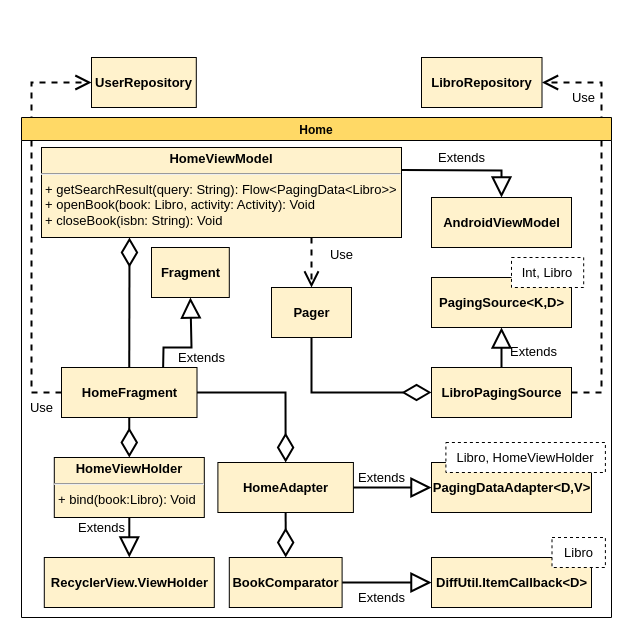
Earlier version of the draw.io diagram page "24-androidviewuml" (16 of 19) of tesi.drawio (paganellif/tesi-paganelli). Source tidied: cells renumbered, new cells numbered last; positions are measured from the earlier drawing's top-left corner, leaving out a move shared by most shapes. Both pictures are drawn from the tidied source at 100%, with x=0, y=0 at pixel (21, 57).
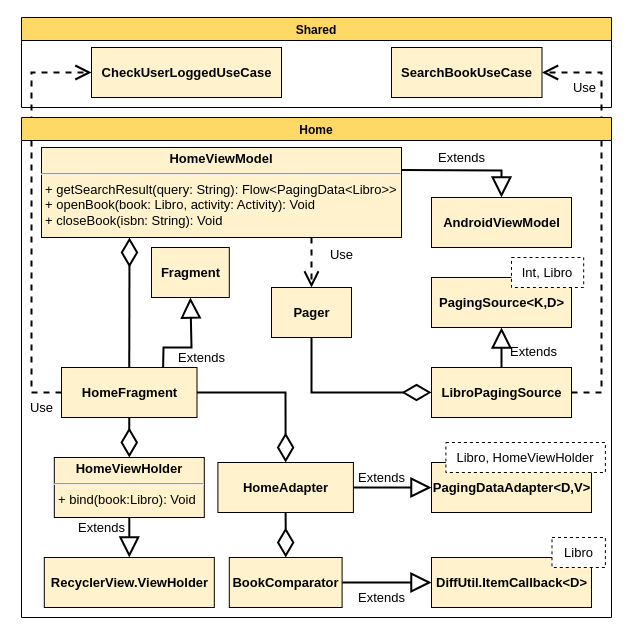
After the change.

Unchanged cells that the change refers to:
```xml
<mxCell id="21" value="&lt;b&gt;HomeFragment&lt;/b&gt;" style="html=1;rounded=0;fontSize=13;fontColor=default;strokeColor=default;fillColor=#FFF2CC;" parent="10" vertex="1">
  <mxGeometry x="40" y="250" width="135.5" height="50" as="geometry" />
</mxCell>
<mxCell id="28" value="&lt;b&gt;LibroPagingSource&lt;/b&gt;" style="html=1;rounded=0;fontSize=13;fontColor=default;strokeColor=default;fillColor=#FFF2CC;" parent="10" vertex="1">
  <mxGeometry x="410" y="250" width="140" height="50" as="geometry" />
</mxCell>
```

The edit, as a diff of the source:
```diff
@@
-    <mxCell id="2" value="&lt;b&gt;LibroRepository&lt;/b&gt;" style="html=1;rounded=0;fontSize=13;strokeColor=#000000;fillColor=#FFF2CC;" parent="1" vertex="1">
-      <mxGeometry x="400" width="120.5" height="50" as="geometry" />
+    <mxCell id="2" value="&lt;b&gt;SearchBookUseCase&lt;/b&gt;" style="html=1;rounded=0;fontSize=13;strokeColor=#000000;fillColor=#FFF2CC;" parent="1" vertex="1">
+      <mxGeometry x="370" y="-10" width="150.5" height="50" as="geometry" />
     </mxCell>
@@
     <mxCell id="7" value="Use" style="endArrow=open;endSize=12;dashed=1;html=1;rounded=0;labelBackgroundColor=none;fontSize=13;fontColor=default;strokeWidth=2;exitX=1;exitY=0.5;exitDx=0;exitDy=0;entryX=1;entryY=0.5;entryDx=0;entryDy=0;" parent="1" edge="1" source="28" target="2">
       <mxGeometry x="0.79" y="15" relative="1" as="geometry">
         <Array as="points">
           <mxPoint x="580" y="335" />
-          <mxPoint x="580" y="25" />
+          <mxPoint x="580" y="15" />
         </Array>
       </mxGeometry>
     </mxCell>
-    <mxCell id="8" value="&lt;b&gt;UserRepository&lt;/b&gt;" style="html=1;rounded=0;fontSize=13;strokeColor=#000000;fillColor=#FFF2CC;" parent="1" vertex="1">
-      <mxGeometry x="70" width="104.8" height="50" as="geometry" />
+    <mxCell id="8" value="&lt;b&gt;CheckUserLoggedUseCase&lt;/b&gt;" style="html=1;rounded=0;fontSize=13;strokeColor=#000000;fillColor=#FFF2CC;" parent="1" vertex="1">
+      <mxGeometry x="70" y="-10" width="190" height="50" as="geometry" />
     </mxCell>
     <mxCell id="9" value="Use" style="endArrow=open;endSize=12;dashed=1;html=1;rounded=0;labelBackgroundColor=none;fontSize=13;fontColor=default;strokeWidth=2;exitX=0;exitY=0.5;exitDx=0;exitDy=0;entryX=0;entryY=0.5;entryDx=0;entryDy=0;" parent="1" edge="1" source="21" target="8">
       <mxGeometry x="-0.9" y="15" relative="1" as="geometry">
         <Array as="points">
           <mxPoint x="10" y="335" />
           <mxPoint x="10" y="50" />
-          <mxPoint x="10" y="25" />
+          <mxPoint x="10" y="15" />
         </Array>
       </mxGeometry>
     </mxCell>
@@
+    <mxCell id="35" value="Shared" style="swimlane;strokeColor=#000000;fillColor=#FFD966;gradientColor=none;" parent="1" vertex="1">
+      <mxGeometry y="-40" width="590" height="90" as="geometry" />
+    </mxCell>
```
